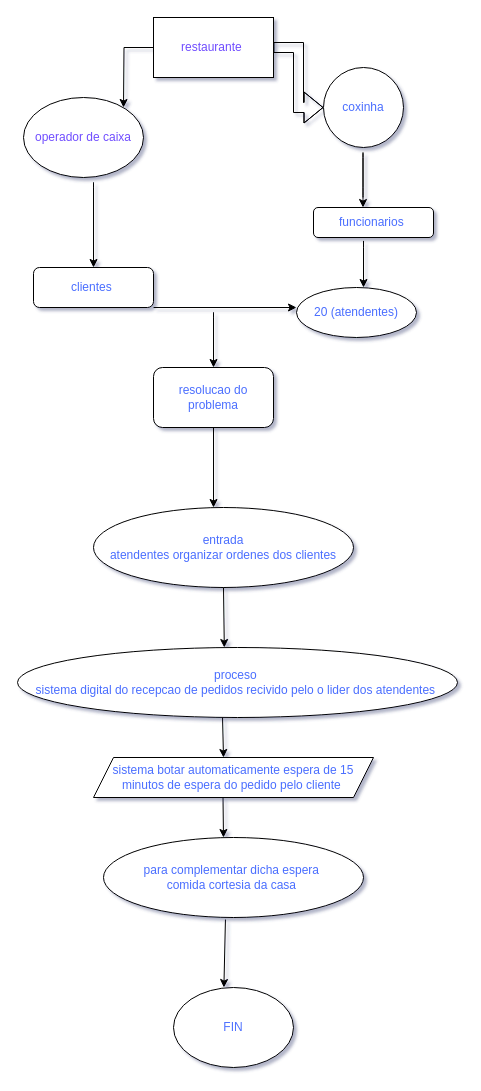
nork22/HTLM keeps this draw.io diagram as restaurante.drawio. Above is the earlier version. Source tidied: cells renumbered, new cells numbered last; positions are measured from the earlier drawing's top-left corner, leaving out a move shared by most shapes. Both pictures are drawn from the tidied source at 100%, with x=0, y=0 at pixel (17, 17).
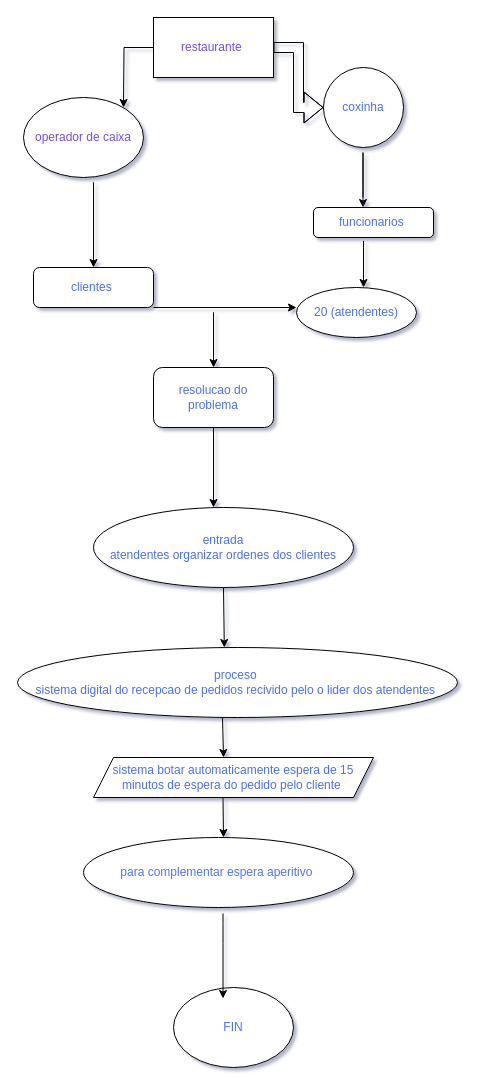
Above is the later version.

The edit, as a diff of the source:
```diff
@@
-    <mxCell id="24" value="para complementar dicha espera&amp;nbsp;&lt;br&gt;comida cortesia da casa&amp;nbsp;" style="ellipse;whiteSpace=wrap;html=1;fontColor=#4A6EFF;" parent="1" vertex="1">
-      <mxGeometry x="86" y="820" width="260" height="80" as="geometry" />
-    </mxCell>
-    <mxCell id="25" style="endArrow=classic;html=1;labelBackgroundColor=#3B3BFF;fontColor=#4A6EFF;exitX=0.469;exitY=1.025;exitDx=0;exitDy=0;exitPerimeter=0;" parent="1" edge="1" source="24">
-      <mxGeometry relative="1" as="geometry">
-        <mxPoint x="206.4" y="970" as="targetPoint" />
-      </mxGeometry>
-    </mxCell>
@@
+    <mxCell id="27" value="para complementar espera aperitivo&amp;nbsp;" style="ellipse;whiteSpace=wrap;html=1;fontColor=#4F72FF;" parent="1" vertex="1">
+      <mxGeometry x="66" y="820" width="270" height="70" as="geometry" />
+    </mxCell>
+    <mxCell id="28" style="endArrow=classic;html=1;labelBackgroundColor=#3B3BFF;fontColor=#4F72FF;" parent="1" edge="1">
+      <mxGeometry relative="1" as="geometry">
+        <mxPoint x="205.5" y="896" as="sourcePoint" />
+        <mxPoint x="205.5" y="981" as="targetPoint" />
+        <Array as="points">
+          <mxPoint x="205.5" y="916" />
+        </Array>
+      </mxGeometry>
+    </mxCell>
```
